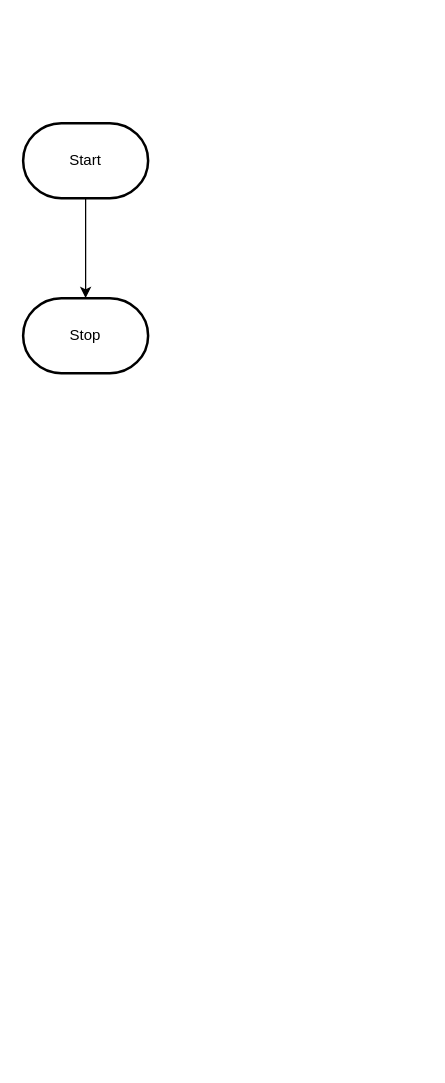
Above: design/flowchart.drawio in MTHS-ICD2O-1-2023/ICD2O-Assignment-06-nathan-desilva (draw.io), before the change. Source tidied: cells renumbered, new cells numbered last; positions are measured from the earlier drawing's top-left corner, leaving out a move shared by most shapes. Both pictures are drawn from the tidied source at 125%, with x=0, y=0 at pixel (22, 122).
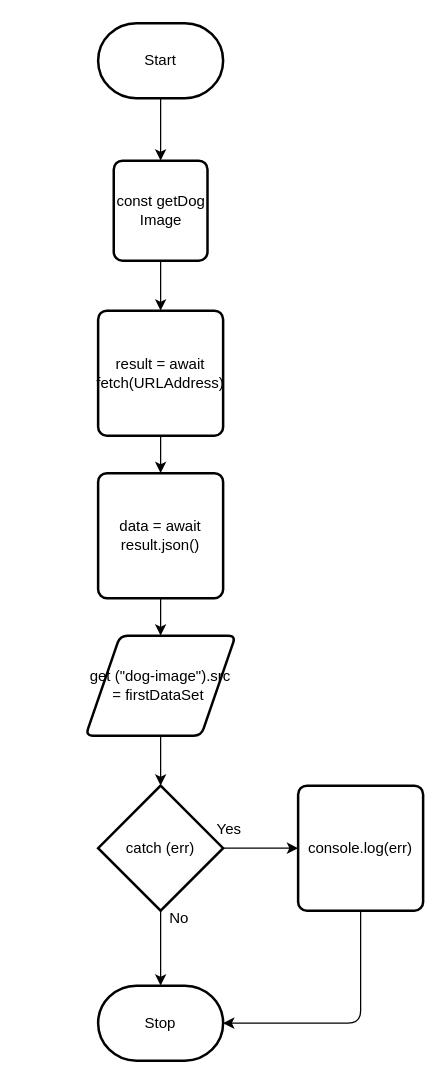
After the change.

Change to the diagram source:
```diff
@@
-    <mxCell id="2" style="edgeStyle=orthogonalEdgeStyle;html=1;rounded=0;" parent="1" edge="1" source="3" target="4">
-      <mxGeometry relative="1" as="geometry" />
-    </mxCell>
+    <mxCell id="5" style="edgeStyle=orthogonalEdgeStyle;html=1;entryX=0.5;entryY=0;entryDx=0;entryDy=0;" parent="1" edge="1" source="3" target="20">
+      <mxGeometry relative="1" as="geometry" />
+    </mxCell>
     <mxCell id="3" value="Start" style="strokeWidth=2;html=1;shape=mxgraph.flowchart.terminator;whiteSpace=wrap;" parent="1" vertex="1">
-      <mxGeometry width="100" height="60" as="geometry" />
+      <mxGeometry x="60" y="-80" width="100" height="60" as="geometry" />
     </mxCell>
     <mxCell id="4" value="Stop" style="strokeWidth=2;html=1;shape=mxgraph.flowchart.terminator;whiteSpace=wrap;" parent="1" vertex="1">
-      <mxGeometry y="140" width="100" height="60" as="geometry" />
+      <mxGeometry x="60" y="690" width="100" height="60" as="geometry" />
     </mxCell>
+    <mxCell id="6" style="edgeStyle=none;html=1;entryX=0.5;entryY=0;entryDx=0;entryDy=0;" parent="1" edge="1" source="7" target="9">
+      <mxGeometry relative="1" as="geometry" />
+    </mxCell>
+    <mxCell id="7" value="result = await fetch(URLAddress)" style="rounded=1;whiteSpace=wrap;html=1;absoluteArcSize=1;arcSize=14;strokeWidth=2;" parent="1" vertex="1">
+      <mxGeometry x="60" y="150" width="100" height="100" as="geometry" />
+    </mxCell>
+    <mxCell id="8" style="edgeStyle=none;html=1;entryX=0.5;entryY=0;entryDx=0;entryDy=0;" parent="1" edge="1" source="9" target="11">
+      <mxGeometry relative="1" as="geometry" />
+    </mxCell>
+    <mxCell id="9" value="data = await result.json()" style="rounded=1;whiteSpace=wrap;html=1;absoluteArcSize=1;arcSize=14;strokeWidth=2;" parent="1" vertex="1">
+      <mxGeometry x="60" y="280" width="100" height="100" as="geometry" />
+    </mxCell>
+    <mxCell id="10" style="edgeStyle=none;html=1;entryX=0.5;entryY=0;entryDx=0;entryDy=0;entryPerimeter=0;" parent="1" edge="1" source="11" target="14">
+      <mxGeometry relative="1" as="geometry" />
+    </mxCell>
+    <mxCell id="11" value="get (&quot;dog-image&quot;).src = firstDataSet&amp;nbsp;" style="shape=parallelogram;html=1;strokeWidth=2;perimeter=parallelogramPerimeter;whiteSpace=wrap;rounded=1;arcSize=12;size=0.23;" parent="1" vertex="1">
+      <mxGeometry x="50" y="410" width="120" height="80" as="geometry" />
+    </mxCell>
+    <mxCell id="12" style="edgeStyle=none;html=1;entryX=0.5;entryY=0;entryDx=0;entryDy=0;entryPerimeter=0;" parent="1" edge="1" source="14" target="4">
+      <mxGeometry relative="1" as="geometry" />
+    </mxCell>
+    <mxCell id="13" style="edgeStyle=none;html=1;entryX=0;entryY=0.5;entryDx=0;entryDy=0;" parent="1" edge="1" source="14" target="17">
+      <mxGeometry relative="1" as="geometry" />
+    </mxCell>
+    <mxCell id="14" value="catch (err)" style="strokeWidth=2;html=1;shape=mxgraph.flowchart.decision;whiteSpace=wrap;" parent="1" vertex="1">
+      <mxGeometry x="60" y="530" width="100" height="100" as="geometry" />
+    </mxCell>
+    <mxCell id="15" value="No" style="text;html=1;strokeColor=none;fillColor=none;align=center;verticalAlign=middle;whiteSpace=wrap;rounded=0;" parent="1" vertex="1">
+      <mxGeometry x="95" y="621" width="60" height="30" as="geometry" />
+    </mxCell>
+    <mxCell id="16" style="edgeStyle=orthogonalEdgeStyle;html=1;entryX=1;entryY=0.5;entryDx=0;entryDy=0;entryPerimeter=0;" parent="1" edge="1" source="17" target="4">
+      <mxGeometry relative="1" as="geometry">
+        <Array as="points">
+          <mxPoint x="270" y="720" />
+        </Array>
+      </mxGeometry>
+    </mxCell>
+    <mxCell id="17" value="console.log(err)" style="rounded=1;whiteSpace=wrap;html=1;absoluteArcSize=1;arcSize=14;strokeWidth=2;" parent="1" vertex="1">
+      <mxGeometry x="220" y="530" width="100" height="100" as="geometry" />
+    </mxCell>
+    <mxCell id="18" value="Yes" style="text;html=1;strokeColor=none;fillColor=none;align=center;verticalAlign=middle;whiteSpace=wrap;rounded=0;" parent="1" vertex="1">
+      <mxGeometry x="135" y="550" width="60" height="30" as="geometry" />
+    </mxCell>
+    <mxCell id="19" style="edgeStyle=orthogonalEdgeStyle;html=1;entryX=0.5;entryY=0;entryDx=0;entryDy=0;" parent="1" edge="1" source="20" target="7">
+      <mxGeometry relative="1" as="geometry" />
+    </mxCell>
+    <mxCell id="20" value="const getDog Image" style="rounded=1;whiteSpace=wrap;html=1;absoluteArcSize=1;arcSize=14;strokeWidth=2;" parent="1" vertex="1">
+      <mxGeometry x="72.5" y="30" width="75" height="80" as="geometry" />
+    </mxCell>
```
